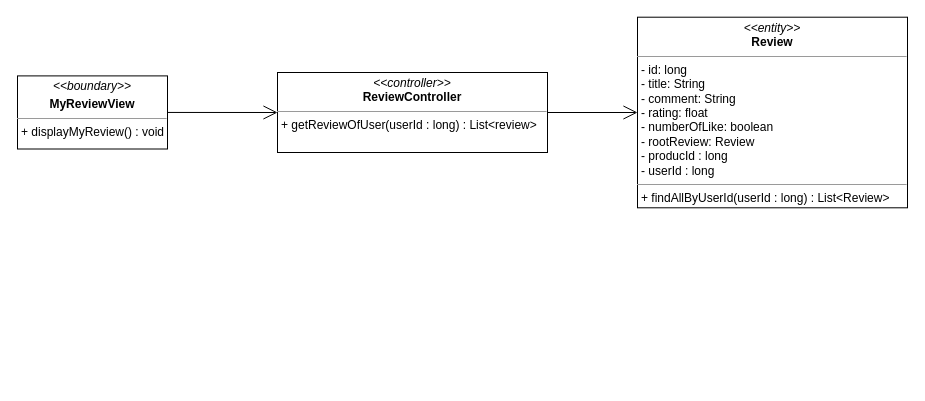
Above: class diagram/view-myReview-class-diagram.drawio in nguyenphamvan/datn_20202 (draw.io), before the change. Source tidied: cells renumbered, new cells numbered last; positions are measured from the earlier drawing's top-left corner, leaving out a move shared by most shapes. Both pictures are drawn from the tidied source at 100%, with x=0, y=0 at pixel (17, 17).
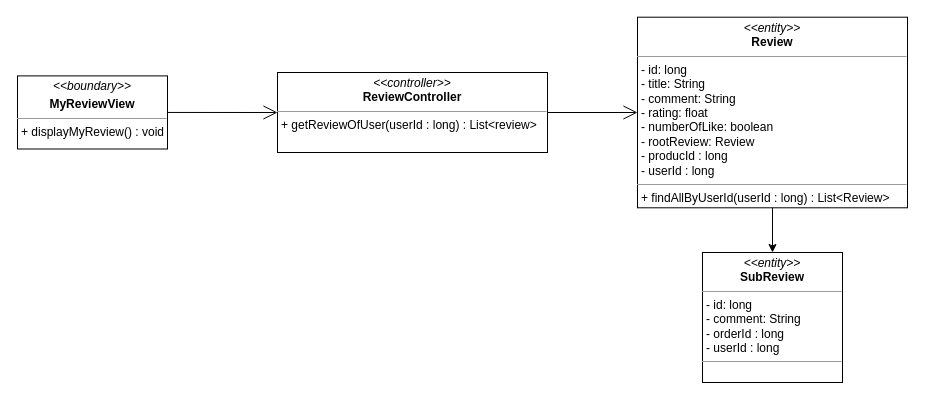
The same diagram, later.

What changed in the source:
```diff
@@
 <mxGraphModel>
   <root>
     <mxCell id="0" />
     <mxCell id="1" parent="0" />
     <mxCell id="2" value="&lt;p style=&quot;margin: 0px ; margin-top: 4px ; text-align: center&quot;&gt;&lt;i&gt;&amp;lt;&amp;lt;boundary&amp;gt;&amp;gt;&lt;/i&gt;&lt;/p&gt;&lt;p style=&quot;margin: 0px ; margin-top: 4px ; text-align: center&quot;&gt;&lt;b&gt;MyReviewView&lt;/b&gt;&lt;/p&gt;&lt;hr size=&quot;1&quot;&gt;&lt;p style=&quot;margin: 0px ; margin-left: 4px&quot;&gt;&lt;span&gt;+ displayMyReview() : void&lt;/span&gt;&lt;br&gt;&lt;/p&gt;" style="verticalAlign=top;align=left;overflow=fill;fontSize=12;fontFamily=Helvetica;html=1;" parent="1" vertex="1">
       <mxGeometry y="58.4" width="150" height="73.1" as="geometry" />
     </mxCell>
     <mxCell id="3" style="endArrow=open;endFill=1;endSize=12;html=1;exitX=1;exitY=0.5;exitDx=0;exitDy=0;entryX=0;entryY=0.5;entryDx=0;entryDy=0;" parent="1" edge="1" source="2" target="5">
       <mxGeometry relative="1" as="geometry" />
     </mxCell>
     <mxCell id="4" value="&lt;p style=&quot;margin: 0px ; margin-top: 4px ; text-align: center&quot;&gt;&lt;i&gt;&amp;lt;&amp;lt;entity&amp;gt;&amp;gt;&lt;/i&gt;&lt;br&gt;&lt;b&gt;Review&lt;/b&gt;&lt;/p&gt;&lt;hr size=&quot;1&quot;&gt;&lt;p style=&quot;margin: 0px ; margin-left: 4px&quot;&gt;- id: long&lt;/p&gt;&lt;p style=&quot;margin: 0px ; margin-left: 4px&quot;&gt;- title: String&lt;br&gt;- comment: String&lt;/p&gt;&lt;p style=&quot;margin: 0px ; margin-left: 4px&quot;&gt;- rating: float&lt;/p&gt;&lt;p style=&quot;margin: 0px ; margin-left: 4px&quot;&gt;- numberOfLike: boolean&lt;/p&gt;&lt;p style=&quot;margin: 0px ; margin-left: 4px&quot;&gt;- rootReview: Review&lt;/p&gt;&lt;p style=&quot;margin: 0px ; margin-left: 4px&quot;&gt;- producId : long&lt;/p&gt;&lt;p style=&quot;margin: 0px ; margin-left: 4px&quot;&gt;- userId : long&lt;/p&gt;&lt;hr size=&quot;1&quot;&gt;&lt;p style=&quot;margin: 0px ; margin-left: 4px&quot;&gt;+ findAllByUserId(userId : long) : List&amp;lt;Review&amp;gt;&lt;/p&gt;" style="verticalAlign=top;align=left;overflow=fill;fontSize=12;fontFamily=Helvetica;html=1;" parent="1" vertex="1">
       <mxGeometry x="620" y="-0.3" width="270" height="190.6" as="geometry" />
     </mxCell>
     <mxCell id="5" value="&lt;p style=&quot;margin: 0px ; margin-top: 4px ; text-align: center&quot;&gt;&lt;i&gt;&amp;lt;&amp;lt;controller&amp;gt;&amp;gt;&lt;/i&gt;&lt;br&gt;&lt;b&gt;ReviewController&lt;/b&gt;&lt;/p&gt;&lt;hr size=&quot;1&quot;&gt;&lt;p style=&quot;margin: 0px ; margin-left: 4px&quot;&gt;+ getReviewOfUser(userId : long) : List&amp;lt;review&amp;gt;&lt;/p&gt;" style="verticalAlign=top;align=left;overflow=fill;fontSize=12;fontFamily=Helvetica;html=1;" parent="1" vertex="1">
       <mxGeometry x="260" y="55" width="270" height="80" as="geometry" />
     </mxCell>
     <mxCell id="6" style="endArrow=open;endFill=1;endSize=12;html=1;" parent="1" edge="1" source="5" target="4">
       <mxGeometry relative="1" as="geometry" />
     </mxCell>
+    <mxCell id="7" value="&lt;p style=&quot;margin: 0px ; margin-top: 4px ; text-align: center&quot;&gt;&lt;i&gt;&amp;lt;&amp;lt;entity&amp;gt;&amp;gt;&lt;/i&gt;&lt;br&gt;&lt;b&gt;SubReview&lt;/b&gt;&lt;/p&gt;&lt;hr size=&quot;1&quot;&gt;&lt;p style=&quot;margin: 0px ; margin-left: 4px&quot;&gt;- id: long&lt;/p&gt;&lt;p style=&quot;margin: 0px ; margin-left: 4px&quot;&gt;- comment: String&lt;/p&gt;&lt;p style=&quot;margin: 0px ; margin-left: 4px&quot;&gt;- orderId : long&lt;/p&gt;&lt;p style=&quot;margin: 0px ; margin-left: 4px&quot;&gt;- userId : long&lt;/p&gt;&lt;hr size=&quot;1&quot;&gt;&lt;p style=&quot;margin: 0px ; margin-left: 4px&quot;&gt;&lt;br&gt;&lt;/p&gt;" style="verticalAlign=top;align=left;overflow=fill;fontSize=12;fontFamily=Helvetica;html=1;" parent="1" vertex="1">
+      <mxGeometry x="685" y="235" width="140" height="130" as="geometry" />
+    </mxCell>
+    <mxCell id="8" style="endArrow=classic;html=1;" parent="1" edge="1" source="4" target="7">
+      <mxGeometry relative="1" as="geometry" />
+    </mxCell>
   </root>
 </mxGraphModel>
```
